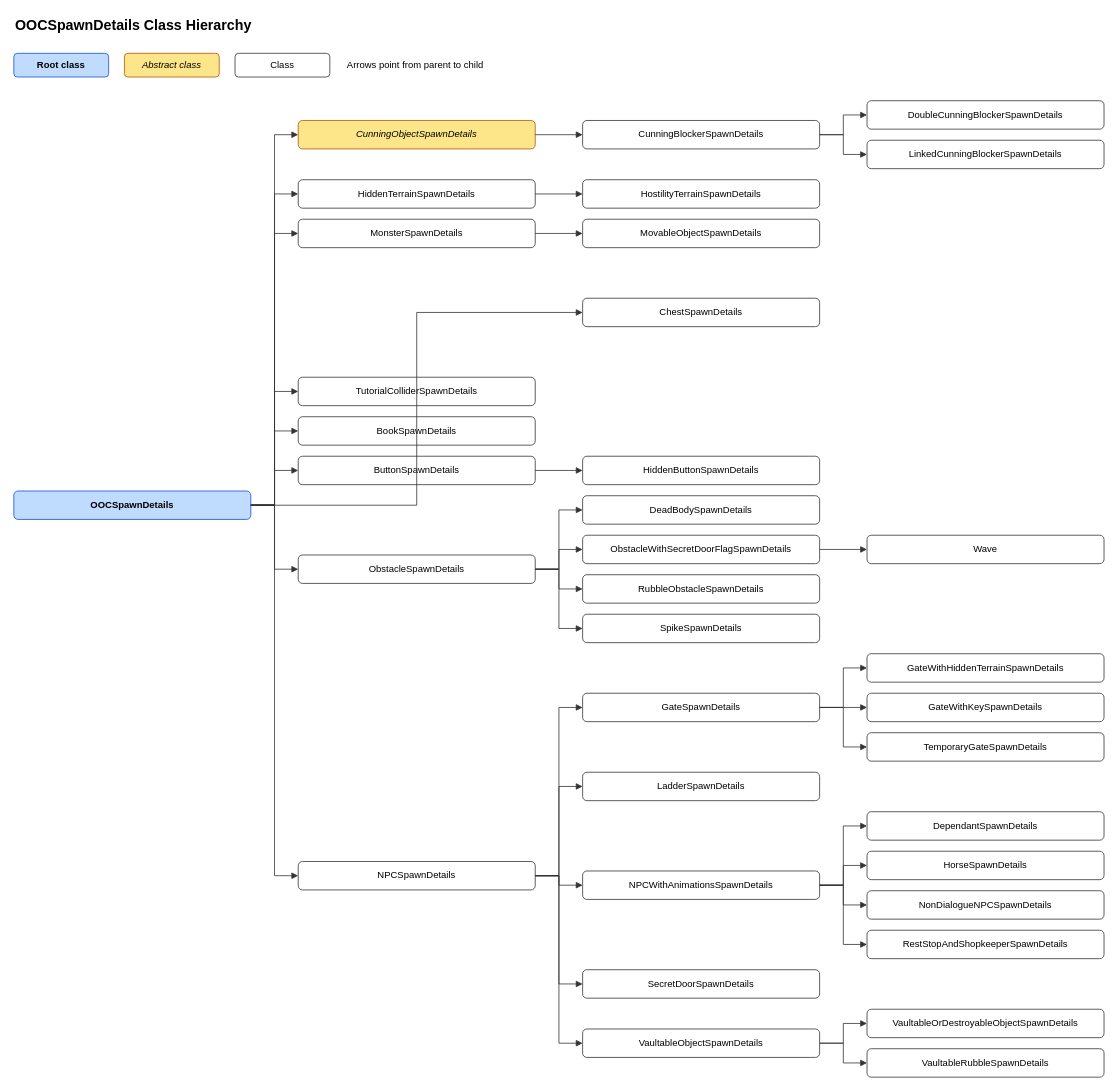
Mattraday033/F-ld keeps this draw.io diagram as Isometric Alpha/Docs/OOCSpawnDetailsHierarchy.drawio. Above is the earlier version. Source tidied: cells renumbered, new cells numbered last; positions are measured from the earlier drawing's top-left corner, leaving out a move shared by most shapes. Both pictures are drawn from the tidied source at 79%, with x=0, y=0 at pixel (13, 13).
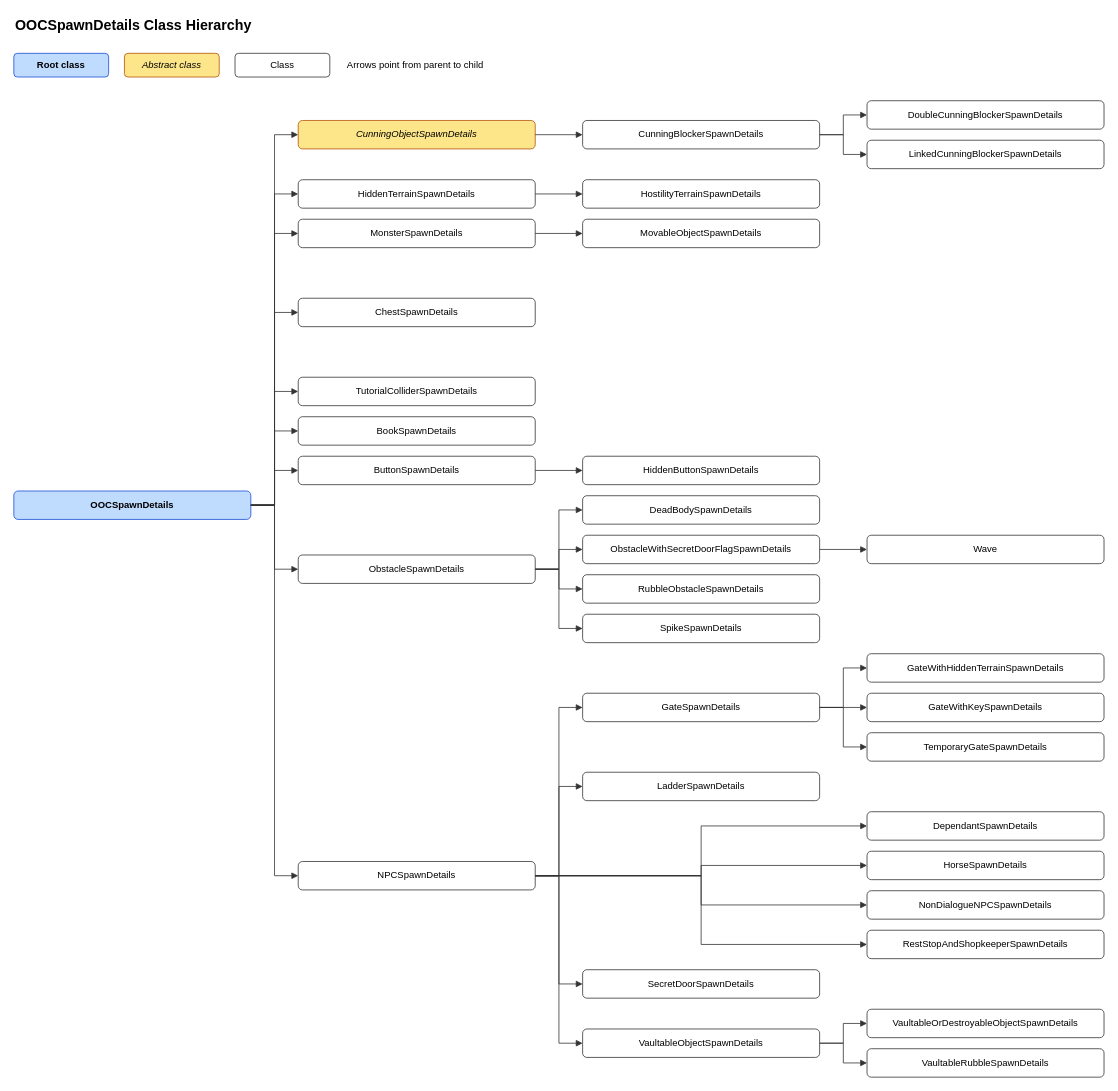
Above is the later version.

The change refers to these unchanged cells:
```xml
<mxCell id="27" value="NPCSpawnDetails" style="rounded=1;whiteSpace=wrap;html=1;fillColor=#ffffff;strokeColor=#333333;fontColor=#000000;" parent="1" vertex="1">
  <mxGeometry x="360" y="1073" width="300" height="36" as="geometry" />
</mxCell>
<mxCell id="34" value="DependantSpawnDetails" style="rounded=1;whiteSpace=wrap;html=1;fillColor=#ffffff;strokeColor=#333333;fontColor=#000000;" parent="1" vertex="1">
  <mxGeometry x="1080" y="1010" width="300" height="36" as="geometry" />
</mxCell>
<mxCell id="35" value="HorseSpawnDetails" style="rounded=1;whiteSpace=wrap;html=1;fillColor=#ffffff;strokeColor=#333333;fontColor=#000000;" parent="1" vertex="1">
  <mxGeometry x="1080" y="1060" width="300" height="36" as="geometry" />
</mxCell>
<mxCell id="36" value="NonDialogueNPCSpawnDetails" style="rounded=1;whiteSpace=wrap;html=1;fillColor=#ffffff;strokeColor=#333333;fontColor=#000000;" parent="1" vertex="1">
  <mxGeometry x="1080" y="1110" width="300" height="36" as="geometry" />
</mxCell>
<mxCell id="37" value="RestStopAndShopkeeperSpawnDetails" style="rounded=1;whiteSpace=wrap;html=1;fillColor=#ffffff;strokeColor=#333333;fontColor=#000000;" parent="1" vertex="1">
  <mxGeometry x="1080" y="1160" width="300" height="36" as="geometry" />
</mxCell>
```

Change to the diagram source:
```diff
@@
     <mxCell id="16" value="ChestSpawnDetails" style="rounded=1;whiteSpace=wrap;html=1;fillColor=#ffffff;strokeColor=#333333;fontColor=#000000;" parent="1" vertex="1">
-      <mxGeometry x="720" y="360" width="300" height="36" as="geometry" />
+      <mxGeometry x="360" y="360" width="300" height="36" as="geometry" />
     </mxCell>
@@
-    <mxCell id="33" value="NPCWithAnimationsSpawnDetails" style="rounded=1;whiteSpace=wrap;html=1;fillColor=#ffffff;strokeColor=#333333;fontColor=#000000;" parent="1" vertex="1">
-      <mxGeometry x="720" y="1085" width="300" height="36" as="geometry" />
-    </mxCell>
@@
-    <mxCell id="67" style="edgeStyle=orthogonalEdgeStyle;rounded=0;html=1;endArrow=block;endFill=1;strokeColor=#333333;exitX=1;exitY=0.5;exitDx=0;exitDy=0;entryX=0;entryY=0.5;entryDx=0;entryDy=0;" parent="1" edge="1" source="27" target="33">
-      <mxGeometry relative="1" as="geometry" />
-    </mxCell>
-    <mxCell id="68" style="edgeStyle=orthogonalEdgeStyle;rounded=0;html=1;endArrow=block;endFill=1;strokeColor=#333333;exitX=1;exitY=0.5;exitDx=0;exitDy=0;entryX=0;entryY=0.5;entryDx=0;entryDy=0;" parent="1" edge="1" source="33" target="34">
-      <mxGeometry relative="1" as="geometry" />
-    </mxCell>
-    <mxCell id="69" style="edgeStyle=orthogonalEdgeStyle;rounded=0;html=1;endArrow=block;endFill=1;strokeColor=#333333;exitX=1;exitY=0.5;exitDx=0;exitDy=0;entryX=0;entryY=0.5;entryDx=0;entryDy=0;" parent="1" edge="1" source="33" target="35">
-      <mxGeometry relative="1" as="geometry" />
-    </mxCell>
-    <mxCell id="70" style="edgeStyle=orthogonalEdgeStyle;rounded=0;html=1;endArrow=block;endFill=1;strokeColor=#333333;exitX=1;exitY=0.5;exitDx=0;exitDy=0;entryX=0;entryY=0.5;entryDx=0;entryDy=0;" parent="1" edge="1" source="33" target="36">
-      <mxGeometry relative="1" as="geometry" />
-    </mxCell>
-    <mxCell id="71" style="edgeStyle=orthogonalEdgeStyle;rounded=0;html=1;endArrow=block;endFill=1;strokeColor=#333333;exitX=1;exitY=0.5;exitDx=0;exitDy=0;entryX=0;entryY=0.5;entryDx=0;entryDy=0;" parent="1" edge="1" source="33" target="37">
-      <mxGeometry relative="1" as="geometry" />
-    </mxCell>
+    <mxCell id="76" style="edgeStyle=orthogonalEdgeStyle;rounded=0;html=1;endArrow=block;endFill=1;strokeColor=#333333;exitX=1;exitY=0.5;exitDx=0;exitDy=0;entryX=0;entryY=0.5;entryDx=0;entryDy=0;" parent="1" edge="1" source="27" target="34">
+      <mxGeometry relative="1" as="geometry" />
+    </mxCell>
+    <mxCell id="77" style="edgeStyle=orthogonalEdgeStyle;rounded=0;html=1;endArrow=block;endFill=1;strokeColor=#333333;exitX=1;exitY=0.5;exitDx=0;exitDy=0;entryX=0;entryY=0.5;entryDx=0;entryDy=0;" parent="1" edge="1" source="27" target="35">
+      <mxGeometry relative="1" as="geometry" />
+    </mxCell>
+    <mxCell id="78" style="edgeStyle=orthogonalEdgeStyle;rounded=0;html=1;endArrow=block;endFill=1;strokeColor=#333333;exitX=1;exitY=0.5;exitDx=0;exitDy=0;entryX=0;entryY=0.5;entryDx=0;entryDy=0;" parent="1" edge="1" source="27" target="36">
+      <mxGeometry relative="1" as="geometry" />
+    </mxCell>
+    <mxCell id="79" style="edgeStyle=orthogonalEdgeStyle;rounded=0;html=1;endArrow=block;endFill=1;strokeColor=#333333;exitX=1;exitY=0.5;exitDx=0;exitDy=0;entryX=0;entryY=0.5;entryDx=0;entryDy=0;" parent="1" edge="1" source="27" target="37">
+      <mxGeometry relative="1" as="geometry" />
+    </mxCell>
```
